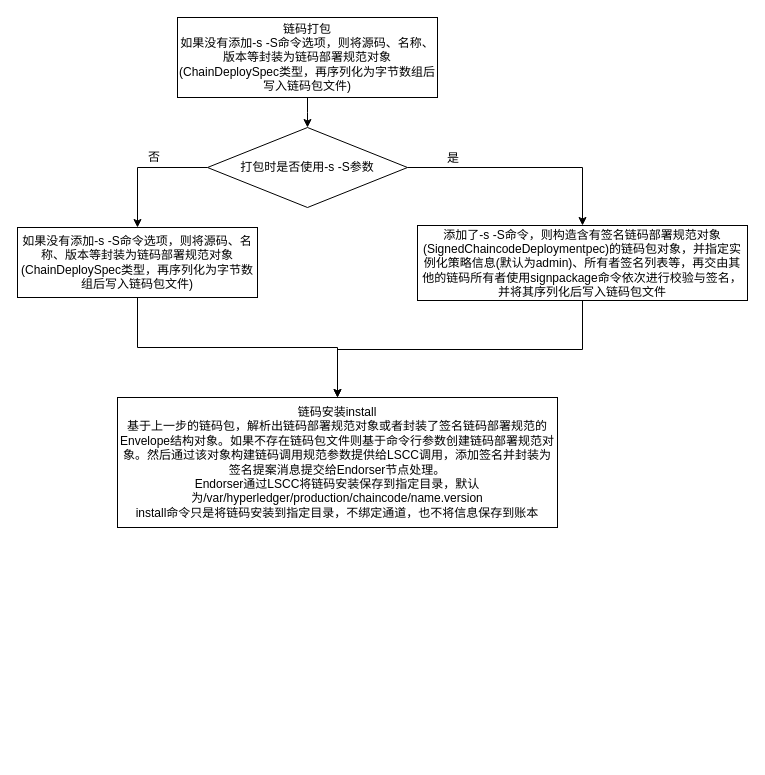
This is Peer/chaincode初始化.drawio from OopsL/Fabric-, a draw.io file, before an edit. Source tidied: cells renumbered, new cells numbered last; positions are measured from the earlier drawing's top-left corner, leaving out a move shared by most shapes. Both pictures are drawn from the tidied source at 100%, with x=0, y=0 at pixel (17, 17).
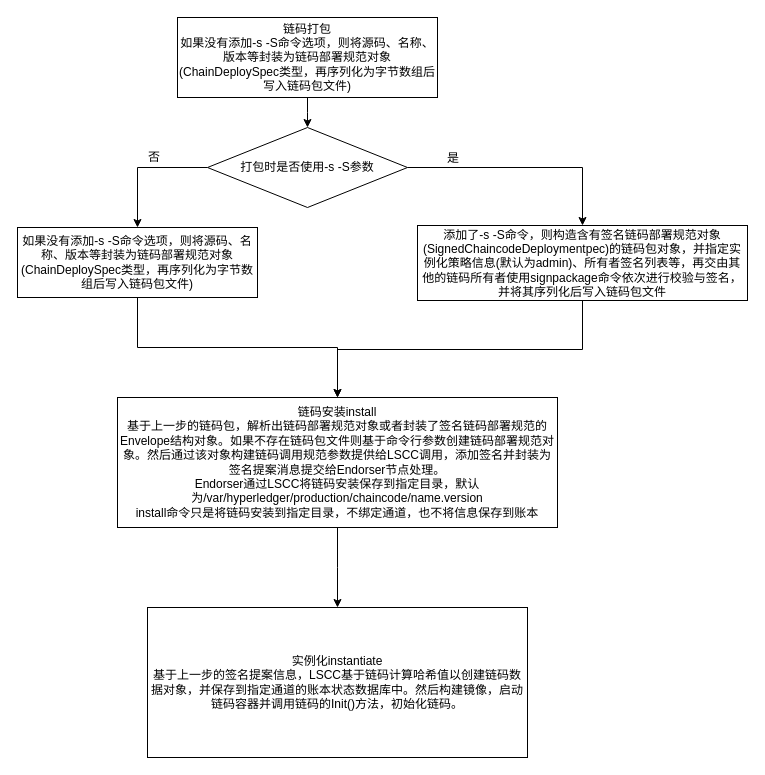
Above is the later version.

The change refers to these unchanged cells:
```xml
<mxCell id="13" value="链码安装install&lt;br&gt;基于上一步的链码包，解析出链码部署规范对象或者封装了签名链码部署规范的Envelope结构对象。如果不存在链码包文件则基于命令行参数创建链码部署规范对象。然后通过该对象构建链码调用规范参数提供给LSCC调用，添加签名并封装为签名提案消息提交给Endorser节点处理。&lt;br&gt;Endorser通过LSCC将链码安装保存到指定目录，默认为/var/hyperledger/production/chaincode/name.version&lt;br&gt;install命令只是将链码安装到指定目录，不绑定通道，也不将信息保存到账本" style="rounded=0;whiteSpace=wrap;html=1;" parent="1" vertex="1">
  <mxGeometry x="100" y="380" width="440" height="130" as="geometry" />
</mxCell>
```

The edit, as a diff of the source:
```diff
@@
+    <mxCell id="14" style="edgeStyle=elbowEdgeStyle;rounded=0;jettySize=auto;elbow=vertical;html=1;" parent="1" edge="1" source="13" target="15">
+      <mxGeometry relative="1" as="geometry" />
+    </mxCell>
@@
+    <mxCell id="15" value="实例化instantiate&lt;br&gt;基于上一步的签名提案信息，LSCC基于链码计算哈希值以创建链码数据对象，并保存到指定通道的账本状态数据库中。然后构建镜像，启动链码容器并调用链码的Init()方法，初始化链码。" style="rounded=0;whiteSpace=wrap;html=1;" parent="1" vertex="1">
+      <mxGeometry x="130" y="590" width="380" height="150" as="geometry" />
+    </mxCell>
```
